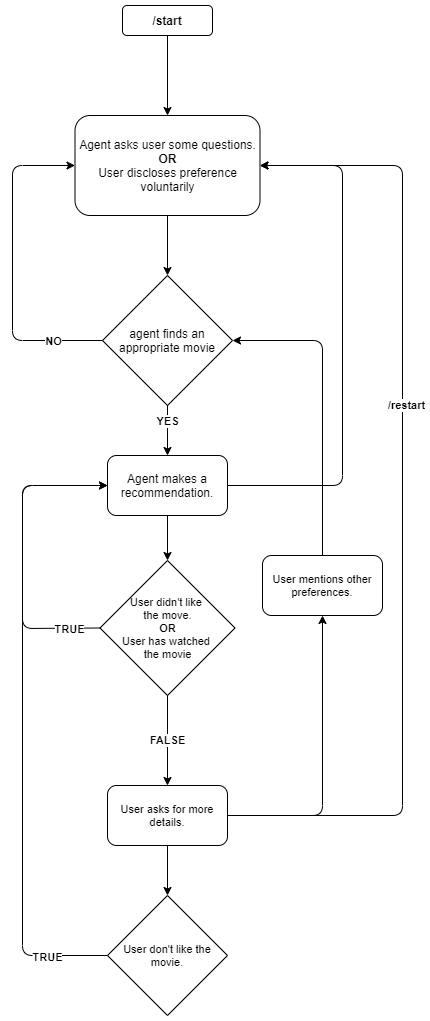
Before: Jarvis_dialogue_flow.png, a diagram exported from draw.io (javeriahabib09/jarvis_v1). Source tidied: cells renumbered, new cells last; positions are measured from the earlier drawing's top-left corner, leaving out a move shared by most shapes. Its diagram source:
```xml
<mxGraphModel>
  <root>
    <mxCell id="0" />
    <mxCell id="1" parent="0" />
    <mxCell id="2" value="&lt;b&gt;/start&lt;/b&gt;" style="rounded=1;whiteSpace=wrap;html=1;" parent="1" vertex="1">
      <mxGeometry x="110" width="90" height="30" as="geometry" />
    </mxCell>
    <mxCell id="3" value="Agent asks user some questions.&lt;br&gt;&lt;b&gt;OR&lt;br&gt;&lt;/b&gt;User discloses preference voluntarily" style="rounded=1;whiteSpace=wrap;html=1;" parent="1" vertex="1">
      <mxGeometry x="62.5" y="110" width="185" height="100" as="geometry" />
    </mxCell>
    <mxCell id="4" value="Agent makes a recommendation." style="rounded=1;whiteSpace=wrap;html=1;" parent="1" vertex="1">
      <mxGeometry x="95" y="450" width="120" height="60" as="geometry" />
    </mxCell>
    <mxCell id="5" value="agent finds an appropriate movie" style="rhombus;whiteSpace=wrap;html=1;" parent="1" vertex="1">
      <mxGeometry x="90" y="270" width="130" height="130" as="geometry" />
    </mxCell>
    <mxCell id="6" style="endArrow=classic;html=1;exitX=0.5;exitY=1;exitDx=0;exitDy=0;entryX=0.5;entryY=0;entryDx=0;entryDy=0;" parent="1" edge="1" source="2" target="3">
      <mxGeometry relative="1" as="geometry" />
    </mxCell>
    <mxCell id="7" style="endArrow=classic;html=1;exitX=0.5;exitY=1;exitDx=0;exitDy=0;entryX=0.5;entryY=0;entryDx=0;entryDy=0;" parent="1" edge="1" source="3" target="5">
      <mxGeometry relative="1" as="geometry" />
    </mxCell>
    <mxCell id="8" style="endArrow=classic;html=1;exitX=0.5;exitY=1;exitDx=0;exitDy=0;" parent="1" edge="1" source="5" target="4">
      <mxGeometry relative="1" as="geometry" />
    </mxCell>
    <mxCell id="9" value="&lt;b&gt;YES&lt;/b&gt;" style="edgeLabel;html=1;align=center;verticalAlign=middle;fontSize=11;" parent="8" vertex="1">
      <mxGeometry x="-0.38" y="-1" relative="1" as="geometry" />
    </mxCell>
    <mxCell id="10" style="endArrow=classic;html=1;exitX=0;exitY=0.5;exitDx=0;exitDy=0;entryX=0;entryY=0.5;entryDx=0;entryDy=0;" parent="1" edge="1" source="5" target="3">
      <mxGeometry relative="1" as="geometry">
        <Array as="points">
          <mxPoint y="335" />
          <mxPoint y="160" />
        </Array>
      </mxGeometry>
    </mxCell>
    <mxCell id="11" value="&lt;b&gt;NO&lt;/b&gt;" style="edgeLabel;html=1;align=center;verticalAlign=middle;fontSize=11;" parent="10" vertex="1">
      <mxGeometry x="0.22" relative="1" as="geometry">
        <mxPoint x="40" y="109" as="offset" />
      </mxGeometry>
    </mxCell>
    <mxCell id="12" value="User didn't like &lt;br&gt;the move.&lt;br style=&quot;font-size: 11px&quot;&gt;&lt;b style=&quot;font-size: 11px&quot;&gt;OR&lt;/b&gt;&lt;br style=&quot;font-size: 11px&quot;&gt;User has watched &lt;br&gt;the movie" style="rhombus;whiteSpace=wrap;html=1;fontSize=11;" parent="1" vertex="1">
      <mxGeometry x="87.5" y="555" width="135" height="135" as="geometry" />
    </mxCell>
    <mxCell id="13" style="endArrow=classic;html=1;exitX=0;exitY=0.5;exitDx=0;exitDy=0;entryX=0;entryY=0.5;entryDx=0;entryDy=0;" parent="1" edge="1" source="12" target="4">
      <mxGeometry relative="1" as="geometry">
        <Array as="points">
          <mxPoint x="10" y="623" />
          <mxPoint x="10" y="480" />
        </Array>
      </mxGeometry>
    </mxCell>
    <mxCell id="14" value="&lt;br&gt;" style="edgeLabel;html=1;align=center;verticalAlign=middle;fontSize=11;" parent="13" vertex="1">
      <mxGeometry x="-0.65" y="-3" relative="1" as="geometry" />
    </mxCell>
    <mxCell id="15" value="&lt;b&gt;TRUE&lt;/b&gt;" style="edgeLabel;html=1;align=center;verticalAlign=middle;fontSize=11;" parent="13" vertex="1">
      <mxGeometry x="-0.8" y="1" relative="1" as="geometry" />
    </mxCell>
    <mxCell id="16" style="endArrow=classic;html=1;fontSize=11;exitX=0.5;exitY=1;exitDx=0;exitDy=0;entryX=0.5;entryY=0;entryDx=0;entryDy=0;" parent="1" edge="1" source="4" target="12">
      <mxGeometry relative="1" as="geometry" />
    </mxCell>
    <mxCell id="17" style="endArrow=classic;html=1;fontSize=11;exitX=1;exitY=0.5;exitDx=0;exitDy=0;edgeStyle=orthogonalEdgeStyle;entryX=1;entryY=0.5;entryDx=0;entryDy=0;" parent="1" edge="1" source="4" target="3">
      <mxGeometry relative="1" as="geometry">
        <Array as="points">
          <mxPoint x="330" y="480" />
          <mxPoint x="330" y="160" />
        </Array>
      </mxGeometry>
    </mxCell>
    <mxCell id="18" value="User asks for more details." style="rounded=1;whiteSpace=wrap;html=1;fontSize=11;" parent="1" vertex="1">
      <mxGeometry x="95" y="780" width="120" height="60" as="geometry" />
    </mxCell>
    <mxCell id="19" value="User don't like the movie." style="rhombus;whiteSpace=wrap;html=1;fontSize=11;" parent="1" vertex="1">
      <mxGeometry x="95" y="890" width="120" height="120" as="geometry" />
    </mxCell>
    <mxCell id="20" style="endArrow=classic;html=1;fontSize=11;exitX=0.5;exitY=1;exitDx=0;exitDy=0;entryX=0.5;entryY=0;entryDx=0;entryDy=0;" parent="1" edge="1" source="18" target="19">
      <mxGeometry relative="1" as="geometry" />
    </mxCell>
    <mxCell id="21" style="endArrow=classic;html=1;fontSize=11;exitX=0;exitY=0.5;exitDx=0;exitDy=0;entryX=0;entryY=0.5;entryDx=0;entryDy=0;fontStyle=1;" parent="1" edge="1" source="19" target="4">
      <mxGeometry relative="1" as="geometry">
        <Array as="points">
          <mxPoint x="10" y="950" />
          <mxPoint x="10" y="480" />
        </Array>
      </mxGeometry>
    </mxCell>
    <mxCell id="22" value="&lt;br&gt;" style="edgeLabel;html=1;align=center;verticalAlign=middle;fontSize=11;" parent="21" vertex="1">
      <mxGeometry x="-0.33" y="-2" relative="1" as="geometry" />
    </mxCell>
    <mxCell id="23" value="&lt;b&gt;TRUE&lt;/b&gt;" style="edgeLabel;html=1;align=center;verticalAlign=middle;fontSize=11;" parent="21" vertex="1">
      <mxGeometry x="-0.81" y="1" relative="1" as="geometry" />
    </mxCell>
    <mxCell id="24" style="endArrow=classic;html=1;fontSize=11;exitX=1;exitY=0.5;exitDx=0;exitDy=0;entryX=0.5;entryY=1;entryDx=0;entryDy=0;" parent="1" edge="1" source="18" target="25">
      <mxGeometry relative="1" as="geometry">
        <Array as="points">
          <mxPoint x="310" y="810" />
        </Array>
      </mxGeometry>
    </mxCell>
    <mxCell id="25" value="User mentions other preferences." style="rounded=1;whiteSpace=wrap;html=1;fontSize=11;" parent="1" vertex="1">
      <mxGeometry x="250" y="550" width="120" height="60" as="geometry" />
    </mxCell>
    <mxCell id="26" style="endArrow=classic;html=1;fontSize=11;entryX=1;entryY=0.5;entryDx=0;entryDy=0;exitX=0.5;exitY=0;exitDx=0;exitDy=0;" parent="1" edge="1" source="25" target="5">
      <mxGeometry relative="1" as="geometry">
        <Array as="points">
          <mxPoint x="310" y="335" />
        </Array>
      </mxGeometry>
    </mxCell>
    <mxCell id="27" style="endArrow=classic;html=1;fontSize=11;exitX=1;exitY=0.5;exitDx=0;exitDy=0;entryX=1;entryY=0.5;entryDx=0;entryDy=0;" parent="1" edge="1" source="18" target="3">
      <mxGeometry relative="1" as="geometry">
        <Array as="points">
          <mxPoint x="390" y="810" />
          <mxPoint x="390" y="160" />
        </Array>
      </mxGeometry>
    </mxCell>
    <mxCell id="28" value="&lt;b&gt;/restart&lt;/b&gt;" style="edgeLabel;html=1;align=center;verticalAlign=middle;fontSize=11;" parent="27" vertex="1">
      <mxGeometry x="0.21" y="-3" relative="1" as="geometry" />
    </mxCell>
    <mxCell id="29" value="&lt;b&gt;FALSE&lt;/b&gt;" style="endArrow=classic;html=1;fontSize=11;exitX=0.5;exitY=1;exitDx=0;exitDy=0;entryX=0.5;entryY=0;entryDx=0;entryDy=0;" parent="1" edge="1" source="12" target="18">
      <mxGeometry relative="1" as="geometry" />
    </mxCell>
  </root>
</mxGraphModel>
```
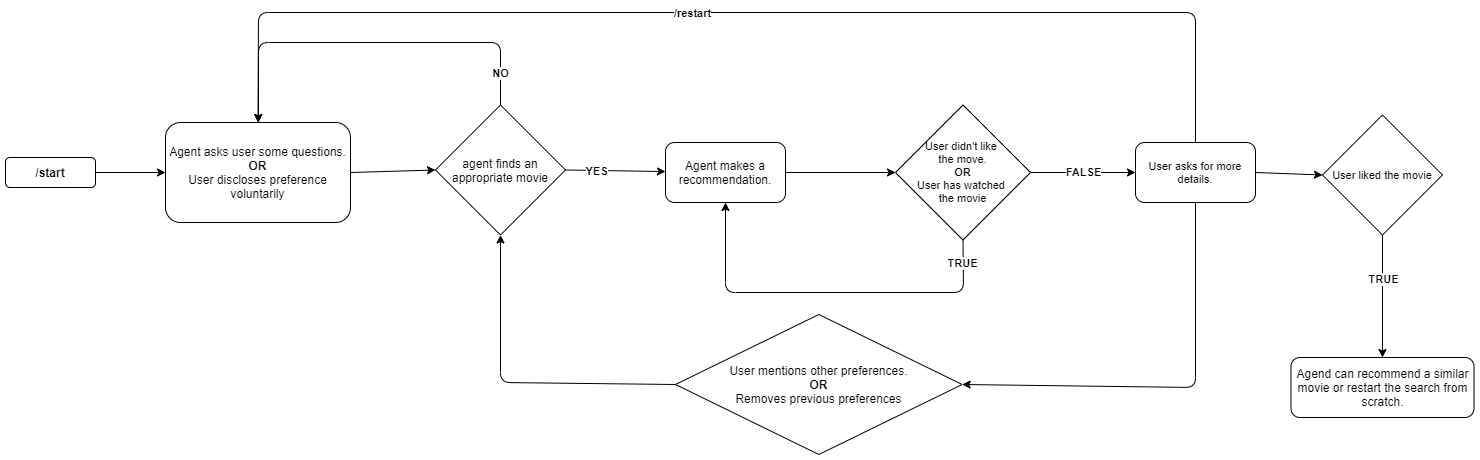
Above is the later version.

Diff of the diagram source:
```diff
@@ -3,123 +3,112 @@
     <mxCell id="0" />
     <mxCell id="1" parent="0" />
     <mxCell id="2" value="&lt;b&gt;/start&lt;/b&gt;" style="rounded=1;whiteSpace=wrap;html=1;" parent="1" vertex="1">
-      <mxGeometry x="110" width="90" height="30" as="geometry" />
+      <mxGeometry x="-117" y="155" width="90" height="30" as="geometry" />
     </mxCell>
     <mxCell id="3" value="Agent asks user some questions.&lt;br&gt;&lt;b&gt;OR&lt;br&gt;&lt;/b&gt;User discloses preference voluntarily" style="rounded=1;whiteSpace=wrap;html=1;" parent="1" vertex="1">
-      <mxGeometry x="62.5" y="110" width="185" height="100" as="geometry" />
+      <mxGeometry x="43" y="120" width="185" height="100" as="geometry" />
     </mxCell>
     <mxCell id="4" value="Agent makes a recommendation." style="rounded=1;whiteSpace=wrap;html=1;" parent="1" vertex="1">
-      <mxGeometry x="95" y="450" width="120" height="60" as="geometry" />
+      <mxGeometry x="543" y="140" width="120" height="60" as="geometry" />
     </mxCell>
     <mxCell id="5" value="agent finds an appropriate movie" style="rhombus;whiteSpace=wrap;html=1;" parent="1" vertex="1">
-      <mxGeometry x="90" y="270" width="130" height="130" as="geometry" />
+      <mxGeometry x="313" y="102.5" width="130" height="130" as="geometry" />
     </mxCell>
-    <mxCell id="6" style="endArrow=classic;html=1;exitX=0.5;exitY=1;exitDx=0;exitDy=0;entryX=0.5;entryY=0;entryDx=0;entryDy=0;" parent="1" edge="1" source="2" target="3">
+    <mxCell id="6" style="endArrow=classic;html=1;exitX=1;exitY=0.5;exitDx=0;exitDy=0;entryX=0;entryY=0.5;entryDx=0;entryDy=0;" parent="1" edge="1" source="2" target="3">
       <mxGeometry relative="1" as="geometry" />
     </mxCell>
-    <mxCell id="7" style="endArrow=classic;html=1;exitX=0.5;exitY=1;exitDx=0;exitDy=0;entryX=0.5;entryY=0;entryDx=0;entryDy=0;" parent="1" edge="1" source="3" target="5">
+    <mxCell id="7" style="endArrow=classic;html=1;exitX=1;exitY=0.5;exitDx=0;exitDy=0;entryX=0;entryY=0.5;entryDx=0;entryDy=0;" parent="1" edge="1" source="3" target="5">
       <mxGeometry relative="1" as="geometry" />
     </mxCell>
-    <mxCell id="8" style="endArrow=classic;html=1;exitX=0.5;exitY=1;exitDx=0;exitDy=0;" parent="1" edge="1" source="5" target="4">
+    <mxCell id="8" style="endArrow=classic;html=1;exitX=1;exitY=0.5;exitDx=0;exitDy=0;" parent="1" edge="1" source="5" target="4">
       <mxGeometry relative="1" as="geometry" />
     </mxCell>
     <mxCell id="9" value="&lt;b&gt;YES&lt;/b&gt;" style="edgeLabel;html=1;align=center;verticalAlign=middle;fontSize=11;" parent="8" vertex="1">
       <mxGeometry x="-0.38" y="-1" relative="1" as="geometry" />
     </mxCell>
-    <mxCell id="10" style="endArrow=classic;html=1;exitX=0;exitY=0.5;exitDx=0;exitDy=0;entryX=0;entryY=0.5;entryDx=0;entryDy=0;" parent="1" edge="1" source="5" target="3">
-      <mxGeometry relative="1" as="geometry">
-        <Array as="points">
-          <mxPoint y="335" />
-          <mxPoint y="160" />
-        </Array>
-      </mxGeometry>
-    </mxCell>
+    <mxCell id="30" style="endArrow=classic;html=1;exitX=0.5;exitY=0;exitDx=0;exitDy=0;" parent="1" edge="1" source="5">
+      <mxGeometry relative="1" as="geometry">
+        <mxPoint x="136" y="120" as="targetPoint" />
+        <Array as="points">
+          <mxPoint x="378" y="40" />
+          <mxPoint x="136" y="40" />
+        </Array>
+      </mxGeometry>
+    </mxCell>
-    <mxCell id="11" value="&lt;b&gt;NO&lt;/b&gt;" style="edgeLabel;html=1;align=center;verticalAlign=middle;fontSize=11;" parent="10" vertex="1">
+    <mxCell id="11" value="&lt;b&gt;NO&lt;/b&gt;" style="edgeLabel;html=1;align=center;verticalAlign=middle;fontSize=11;" parent="30" vertex="1">
       <mxGeometry x="0.22" relative="1" as="geometry">
-        <mxPoint x="40" y="109" as="offset" />
+        <mxPoint x="170.8" y="30" as="offset" />
       </mxGeometry>
     </mxCell>
     <mxCell id="12" value="User didn't like &lt;br&gt;the move.&lt;br style=&quot;font-size: 11px&quot;&gt;&lt;b style=&quot;font-size: 11px&quot;&gt;OR&lt;/b&gt;&lt;br style=&quot;font-size: 11px&quot;&gt;User has watched &lt;br&gt;the movie" style="rhombus;whiteSpace=wrap;html=1;fontSize=11;" parent="1" vertex="1">
-      <mxGeometry x="87.5" y="555" width="135" height="135" as="geometry" />
+      <mxGeometry x="773" y="102.5" width="135" height="135" as="geometry" />
     </mxCell>
-    <mxCell id="13" style="endArrow=classic;html=1;exitX=0;exitY=0.5;exitDx=0;exitDy=0;entryX=0;entryY=0.5;entryDx=0;entryDy=0;" parent="1" edge="1" source="12" target="4">
-      <mxGeometry relative="1" as="geometry">
-        <Array as="points">
-          <mxPoint x="10" y="623" />
-          <mxPoint x="10" y="480" />
-        </Array>
-      </mxGeometry>
-    </mxCell>
-    <mxCell id="14" value="&lt;br&gt;" style="edgeLabel;html=1;align=center;verticalAlign=middle;fontSize=11;" parent="13" vertex="1">
-      <mxGeometry x="-0.65" y="-3" relative="1" as="geometry" />
-    </mxCell>
-    <mxCell id="15" value="&lt;b&gt;TRUE&lt;/b&gt;" style="edgeLabel;html=1;align=center;verticalAlign=middle;fontSize=11;" parent="13" vertex="1">
-      <mxGeometry x="-0.8" y="1" relative="1" as="geometry" />
-    </mxCell>
-    <mxCell id="16" style="endArrow=classic;html=1;fontSize=11;exitX=0.5;exitY=1;exitDx=0;exitDy=0;entryX=0.5;entryY=0;entryDx=0;entryDy=0;" parent="1" edge="1" source="4" target="12">
+    <mxCell id="16" style="endArrow=classic;html=1;fontSize=11;exitX=1;exitY=0.5;exitDx=0;exitDy=0;entryX=0;entryY=0.5;entryDx=0;entryDy=0;" parent="1" edge="1" source="4" target="12">
       <mxGeometry relative="1" as="geometry" />
     </mxCell>
-    <mxCell id="17" style="endArrow=classic;html=1;fontSize=11;exitX=1;exitY=0.5;exitDx=0;exitDy=0;edgeStyle=orthogonalEdgeStyle;entryX=1;entryY=0.5;entryDx=0;entryDy=0;" parent="1" edge="1" source="4" target="3">
-      <mxGeometry relative="1" as="geometry">
-        <Array as="points">
-          <mxPoint x="330" y="480" />
-          <mxPoint x="330" y="160" />
-        </Array>
-      </mxGeometry>
-    </mxCell>
     <mxCell id="18" value="User asks for more details." style="rounded=1;whiteSpace=wrap;html=1;fontSize=11;" parent="1" vertex="1">
-      <mxGeometry x="95" y="780" width="120" height="60" as="geometry" />
+      <mxGeometry x="1013" y="140" width="120" height="60" as="geometry" />
     </mxCell>
-    <mxCell id="19" value="User don't like the movie." style="rhombus;whiteSpace=wrap;html=1;fontSize=11;" parent="1" vertex="1">
-      <mxGeometry x="95" y="890" width="120" height="120" as="geometry" />
-    </mxCell>
-    <mxCell id="20" style="endArrow=classic;html=1;fontSize=11;exitX=0.5;exitY=1;exitDx=0;exitDy=0;entryX=0.5;entryY=0;entryDx=0;entryDy=0;" parent="1" edge="1" source="18" target="19">
-      <mxGeometry relative="1" as="geometry" />
-    </mxCell>
-    <mxCell id="21" style="endArrow=classic;html=1;fontSize=11;exitX=0;exitY=0.5;exitDx=0;exitDy=0;entryX=0;entryY=0.5;entryDx=0;entryDy=0;fontStyle=1;" parent="1" edge="1" source="19" target="4">
-      <mxGeometry relative="1" as="geometry">
-        <Array as="points">
-          <mxPoint x="10" y="950" />
-          <mxPoint x="10" y="480" />
-        </Array>
-      </mxGeometry>
-    </mxCell>
-    <mxCell id="22" value="&lt;br&gt;" style="edgeLabel;html=1;align=center;verticalAlign=middle;fontSize=11;" parent="21" vertex="1">
-      <mxGeometry x="-0.33" y="-2" relative="1" as="geometry" />
-    </mxCell>
-    <mxCell id="23" value="&lt;b&gt;TRUE&lt;/b&gt;" style="edgeLabel;html=1;align=center;verticalAlign=middle;fontSize=11;" parent="21" vertex="1">
-      <mxGeometry x="-0.81" y="1" relative="1" as="geometry" />
-    </mxCell>
-    <mxCell id="24" style="endArrow=classic;html=1;fontSize=11;exitX=1;exitY=0.5;exitDx=0;exitDy=0;entryX=0.5;entryY=1;entryDx=0;entryDy=0;" parent="1" edge="1" source="18" target="25">
-      <mxGeometry relative="1" as="geometry">
-        <Array as="points">
-          <mxPoint x="310" y="810" />
-        </Array>
-      </mxGeometry>
-    </mxCell>
-    <mxCell id="25" value="User mentions other preferences." style="rounded=1;whiteSpace=wrap;html=1;fontSize=11;" parent="1" vertex="1">
-      <mxGeometry x="250" y="550" width="120" height="60" as="geometry" />
-    </mxCell>
-    <mxCell id="26" style="endArrow=classic;html=1;fontSize=11;entryX=1;entryY=0.5;entryDx=0;entryDy=0;exitX=0.5;exitY=0;exitDx=0;exitDy=0;" parent="1" edge="1" source="25" target="5">
-      <mxGeometry relative="1" as="geometry">
-        <Array as="points">
-          <mxPoint x="310" y="335" />
-        </Array>
-      </mxGeometry>
-    </mxCell>
+    <mxCell id="31" value="User liked the movie" style="rhombus;whiteSpace=wrap;html=1;fontSize=11;" parent="1" vertex="1">
+      <mxGeometry x="1200" y="112.5" width="120" height="120" as="geometry" />
+    </mxCell>
+    <mxCell id="32" style="endArrow=classic;html=1;fontSize=11;exitX=1;exitY=0.5;exitDx=0;exitDy=0;entryX=0;entryY=0.5;entryDx=0;entryDy=0;" parent="1" edge="1" source="18" target="31">
+      <mxGeometry relative="1" as="geometry" />
+    </mxCell>
+    <mxCell id="33" value="User mentions other preferences.&lt;br style=&quot;font-size: 12px;&quot;&gt;&lt;b style=&quot;font-size: 12px;&quot;&gt;OR&lt;/b&gt;&lt;br style=&quot;font-size: 12px;&quot;&gt;Removes previous preferences" style="rhombus;whiteSpace=wrap;html=1;fontSize=12;" parent="1" vertex="1">
+      <mxGeometry x="553" y="312" width="286.7" height="140" as="geometry" />
+    </mxCell>
-    <mxCell id="27" style="endArrow=classic;html=1;fontSize=11;exitX=1;exitY=0.5;exitDx=0;exitDy=0;entryX=1;entryY=0.5;entryDx=0;entryDy=0;" parent="1" edge="1" source="18" target="3">
+    <mxCell id="27" style="endArrow=classic;html=1;fontSize=11;exitX=0.5;exitY=0;exitDx=0;exitDy=0;entryX=0.5;entryY=0;entryDx=0;entryDy=0;" parent="1" edge="1" source="18" target="3">
       <mxGeometry relative="1" as="geometry">
         <Array as="points">
-          <mxPoint x="390" y="810" />
-          <mxPoint x="390" y="160" />
+          <mxPoint x="1073" y="10" />
+          <mxPoint x="136" y="10" />
         </Array>
       </mxGeometry>
     </mxCell>
     <mxCell id="28" value="&lt;b&gt;/restart&lt;/b&gt;" style="edgeLabel;html=1;align=center;verticalAlign=middle;fontSize=11;" parent="27" vertex="1">
-      <mxGeometry x="0.21" y="-3" relative="1" as="geometry" />
+      <mxGeometry x="0.21" y="-3" relative="1" as="geometry">
+        <mxPoint x="78.7" y="3" as="offset" />
+      </mxGeometry>
     </mxCell>
-    <mxCell id="29" value="&lt;b&gt;FALSE&lt;/b&gt;" style="endArrow=classic;html=1;fontSize=11;exitX=0.5;exitY=1;exitDx=0;exitDy=0;entryX=0.5;entryY=0;entryDx=0;entryDy=0;" parent="1" edge="1" source="12" target="18">
+    <mxCell id="29" value="&lt;b&gt;FALSE&lt;/b&gt;" style="endArrow=classic;html=1;fontSize=11;exitX=1;exitY=0.5;exitDx=0;exitDy=0;entryX=0;entryY=0.5;entryDx=0;entryDy=0;" parent="1" edge="1" source="12" target="18">
       <mxGeometry relative="1" as="geometry" />
     </mxCell>
+    <mxCell id="34" value="Agend can recommend a similar movie or restart the search from scratch." style="rounded=1;whiteSpace=wrap;html=1;" parent="1" vertex="1">
+      <mxGeometry x="1168.5" y="355" width="183" height="60" as="geometry" />
+    </mxCell>
+    <mxCell id="35" style="endArrow=classic;html=1;exitX=0.5;exitY=1;exitDx=0;exitDy=0;entryX=0.5;entryY=0;entryDx=0;entryDy=0;" parent="1" edge="1" source="31" target="34">
+      <mxGeometry relative="1" as="geometry" />
+    </mxCell>
+    <mxCell id="36" value="&lt;b&gt;TRUE&lt;/b&gt;" style="edgeLabel;html=1;align=center;verticalAlign=middle;" parent="35" vertex="1">
+      <mxGeometry x="-0.27" relative="1" as="geometry" />
+    </mxCell>
+    <mxCell id="13" style="endArrow=classic;html=1;exitX=0.5;exitY=1;exitDx=0;exitDy=0;entryX=0.5;entryY=1;entryDx=0;entryDy=0;" parent="1" edge="1" source="12" target="4">
+      <mxGeometry relative="1" as="geometry">
+        <Array as="points">
+          <mxPoint x="841" y="290" />
+          <mxPoint x="603" y="290" />
+        </Array>
+      </mxGeometry>
+    </mxCell>
+    <mxCell id="37" value="&lt;b&gt;TRUE&lt;/b&gt;" style="edgeLabel;html=1;align=center;verticalAlign=middle;" parent="13" vertex="1">
+      <mxGeometry x="-0.18" y="-1" relative="1" as="geometry">
+        <mxPoint x="102" y="-29" as="offset" />
+      </mxGeometry>
+    </mxCell>
+    <mxCell id="38" style="endArrow=classic;html=1;exitX=0.5;exitY=1;exitDx=0;exitDy=0;entryX=1;entryY=0.5;entryDx=0;entryDy=0;" parent="1" edge="1" source="18" target="33">
+      <mxGeometry relative="1" as="geometry">
+        <Array as="points">
+          <mxPoint x="1073" y="385" />
+        </Array>
+      </mxGeometry>
+    </mxCell>
+    <mxCell id="39" style="endArrow=classic;html=1;entryX=0.5;entryY=1;entryDx=0;entryDy=0;exitX=0;exitY=0.5;exitDx=0;exitDy=0;" parent="1" edge="1" source="33" target="5">
+      <mxGeometry relative="1" as="geometry">
+        <Array as="points">
+          <mxPoint x="378" y="380" />
+        </Array>
+      </mxGeometry>
+    </mxCell>
   </root>
 </mxGraphModel>
```
